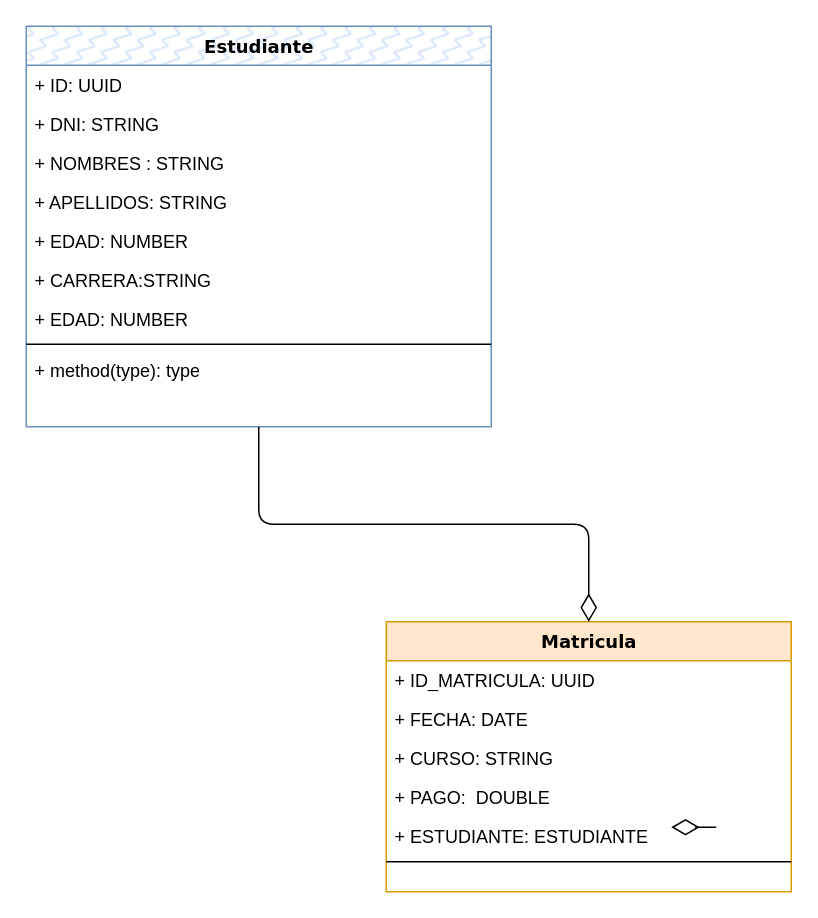
joseosorioc/Architecture-diagram keeps this draw.io diagram as Diagrama sin título.drawio. Above is the earlier version. Source tidied: cells renumbered, new cells numbered last; positions are measured from the earlier drawing's top-left corner, leaving out a move shared by most shapes. Both pictures are drawn from the tidied source at 150%, with x=0, y=0 at pixel (26, 26).
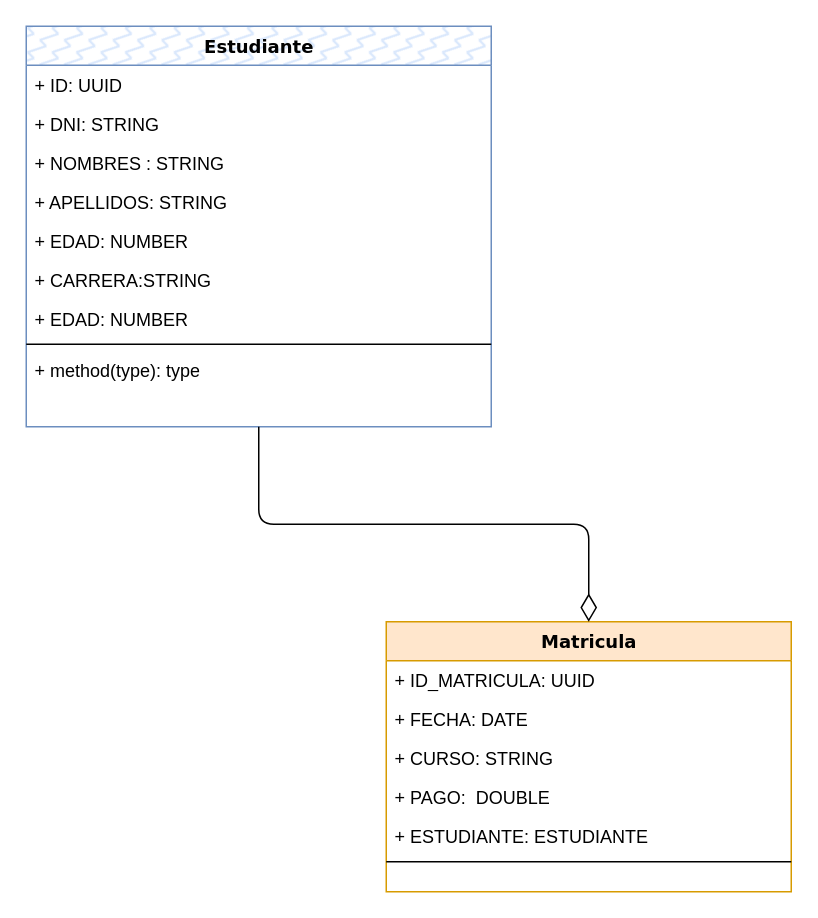
The same page after the edit.

Change to the diagram source:
```diff
@@
-    <mxCell id="19" style="edgeStyle=elbowEdgeStyle;html=1;labelBackgroundColor=none;startFill=0;startSize=8;endArrow=diamondThin;endFill=0;endSize=16;fontFamily=Verdana;fontSize=12;elbow=vertical;" parent="1" edge="1">
-      <mxGeometry relative="1" as="geometry">
-        <mxPoint x="460" y="534" as="sourcePoint" />
-        <mxPoint x="430" y="534" as="targetPoint" />
-      </mxGeometry>
-    </mxCell>
```
